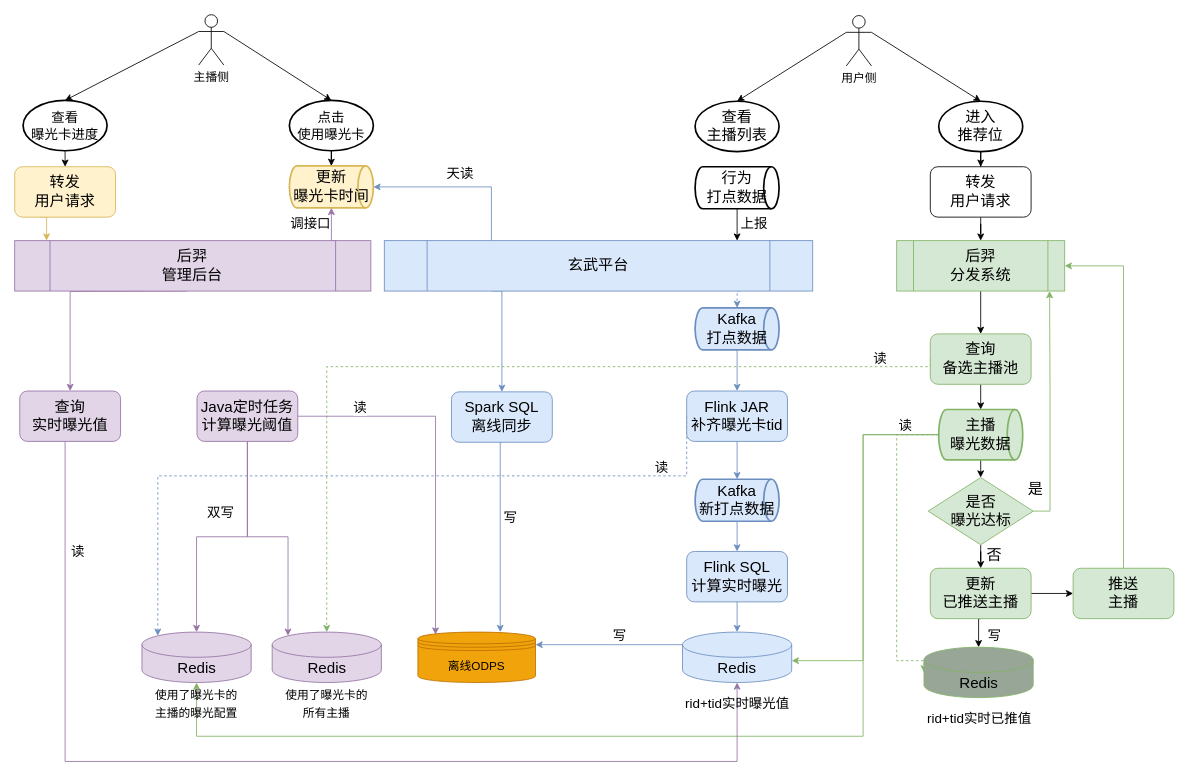
hongweilv-whu/flowCharts keeps this draw.io diagram as 后羿接曝光卡.drawio. Above is the earlier version. Source tidied: cells renumbered, new cells numbered last; positions are measured from the earlier drawing's top-left corner, leaving out a move shared by most shapes. Both pictures are drawn from the tidied source at 84%, with x=0, y=0 at pixel (14, 14).
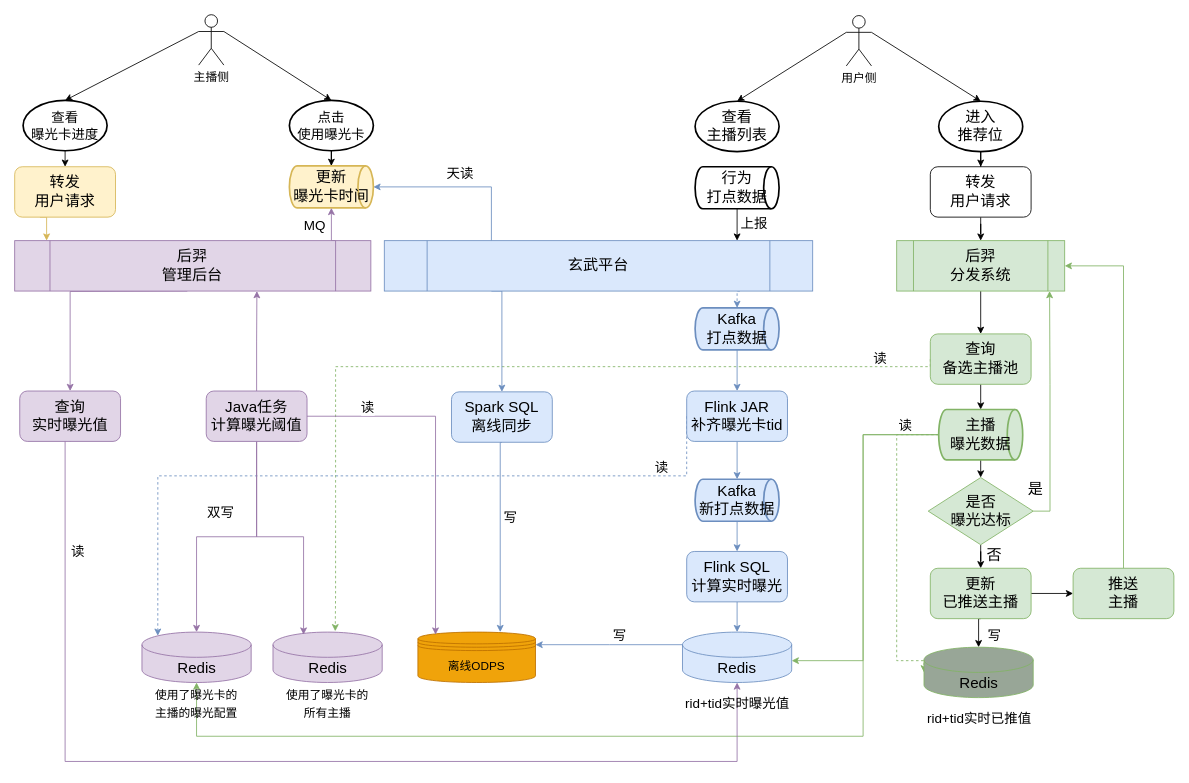
The same diagram, later.

Commit message:
Update 后羿接曝光卡.drawio

The change refers to these unchanged cells:
```xml
<mxCell id="14" value="&lt;span style=&quot;font-size: 18px;&quot;&gt;查询&lt;br&gt;备选主播池&lt;/span&gt;" style="rounded=1;whiteSpace=wrap;html=1;fontSize=14;fillColor=#d5e8d4;strokeColor=#82b366;" parent="1" vertex="1">
  <mxGeometry x="1090" y="380" width="120" height="60" as="geometry" />
</mxCell>
```

The edit, as a diff of the source:
```diff
@@
-    <mxCell id="13" style="edgeStyle=orthogonalEdgeStyle;rounded=0;jettySize=auto;html=1;exitX=0;exitY=0.5;exitDx=0;exitDy=0;fontSize=16;fillColor=#d5e8d4;strokeColor=#82b366;dashed=1;entryX=0.5;entryY=0;entryDx=0;entryDy=0;entryPerimeter=0;" parent="1" edge="1" source="14" target="76">
+    <mxCell id="13" style="edgeStyle=orthogonalEdgeStyle;rounded=0;jettySize=auto;html=1;exitX=0;exitY=0.5;exitDx=0;exitDy=0;fontSize=16;fillColor=#d5e8d4;strokeColor=#82b366;dashed=1;entryX=0.57;entryY=0;entryDx=0;entryDy=-1;entryPerimeter=0;" parent="1" edge="1" source="14" target="76">
       <mxGeometry relative="1" as="geometry">
         <Array as="points">
           <mxPoint x="1090" y="419" />
-          <mxPoint x="371" y="419" />
+          <mxPoint x="382" y="419" />
+          <mxPoint x="382" y="689" />
         </Array>
       </mxGeometry>
     </mxCell>
@@
-    <mxCell id="58" value="后羿&lt;br&gt;管理后台" style="shape=process;whiteSpace=wrap;html=1;backgroundOutline=1;fontSize=18;fillColor=#e1d5e7;strokeColor=#9673a6;points=[[0,0.25,0,0,0],[0,0.5,0,0,0],[0,0.75,0,0,0],[0,1,0,0,0],[0.09,0,0,0,-3],[0.25,0,0,0,0],[0.25,1,0,0,0],[0.5,0,0,0,0],[0.5,1,0,0,0],[0.75,1,0,0,0],[0.9,0,0,0,0],[1,0,0,0,0],[1,0.25,0,0,0],[1,0.5,0,0,0],[1,0.75,0,0,0],[1,1,0,0,0]];" parent="1" vertex="1">
+    <mxCell id="58" value="后羿&lt;br&gt;管理后台" style="shape=process;whiteSpace=wrap;html=1;backgroundOutline=1;fontSize=18;fillColor=#e1d5e7;strokeColor=#9673a6;points=[[0,0.25,0,0,0],[0,0.5,0,0,0],[0,0.75,0,0,0],[0,1,0,0,0],[0.09,0,0,0,-3],[0.25,0,0,0,0],[0.25,1,0,0,0],[0.5,0,0,0,0],[0.5,1,0,0,0],[0.68,1,0,0,0],[0.9,0,0,0,0],[1,0,0,0,0],[1,0.25,0,0,0],[1,0.5,0,0,0],[1,0.75,0,0,0],[1,1,0,0,0]];" parent="1" vertex="1">
       <mxGeometry y="269" width="424" height="60" as="geometry" />
     </mxCell>
@@
     <mxCell id="75" style="group;" parent="1" vertex="1">
-      <mxGeometry x="304" y="735" width="135" height="100" as="geometry" />
+      <mxGeometry x="305" y="735" width="135" height="100" as="geometry" />
     </mxCell>
-    <mxCell id="76" value="Redis" style="shape=cylinder3;whiteSpace=wrap;html=1;boundedLbl=1;backgroundOutline=1;size=15;fontSize=18;fillColor=#e1d5e7;strokeColor=#9673a6;" parent="75" vertex="1">
+    <mxCell id="76" value="Redis" style="shape=cylinder3;whiteSpace=wrap;html=1;boundedLbl=1;backgroundOutline=1;size=15;fontSize=18;fillColor=#e1d5e7;strokeColor=#9673a6;points=[[0,0.25,0,0,0],[0,0.38,0,0,0],[0,0.5,0,0,0],[0,0.63,0,0,0],[0,0.75,0,0,0],[0.15,0.93,0,0,0],[0.28,0.05,0,0,0],[0.5,1,0,0,0],[0.57,0,0,0,-1],[0.85,0.07,0,0,0],[0.85,0.93,0,0,0],[1,0.25,0,0,0],[1,0.38,0,0,0],[1,0.5,0,0,0],[1,0.63,0,0,0],[1,0.75,0,0,0]];" parent="75" vertex="1">
       <mxGeometry x="2.5" width="130" height="60" as="geometry" />
     </mxCell>
@@
-    <mxCell id="82" style="edgeStyle=orthogonalEdgeStyle;rounded=0;jettySize=auto;html=1;exitX=0.5;exitY=1;exitDx=0;exitDy=0;entryX=0.145;entryY=0;entryDx=0;entryDy=4.35;entryPerimeter=0;fontSize=16;fillColor=#e1d5e7;strokeColor=#9673a6;" parent="1" edge="1" source="85" target="76">
+    <mxCell id="82" style="edgeStyle=orthogonalEdgeStyle;rounded=0;jettySize=auto;html=1;exitX=0.5;exitY=1;exitDx=0;exitDy=0;entryX=0.28;entryY=0.05;entryDx=0;entryDy=0;entryPerimeter=0;fontSize=16;fillColor=#e1d5e7;strokeColor=#9673a6;" parent="1" edge="1" source="85" target="76">
       <mxGeometry relative="1" as="geometry" />
     </mxCell>
@@
+    <mxCell id="92" style="edgeStyle=orthogonalEdgeStyle;rounded=0;jettySize=auto;html=1;exitX=0.5;exitY=0;exitDx=0;exitDy=0;entryX=0.68;entryY=1;entryDx=0;entryDy=0;entryPerimeter=0;fontSize=16;fillColor=#e1d5e7;strokeColor=#9673a6;" parent="1" edge="1" source="85" target="58">
+      <mxGeometry relative="1" as="geometry" />
+    </mxCell>
-    <mxCell id="85" value="&lt;span style=&quot;font-size: 18px;&quot;&gt;Java定时任务&lt;br&gt;计算曝光阈值&lt;br&gt;&lt;/span&gt;" style="rounded=1;whiteSpace=wrap;html=1;fontSize=14;fillColor=#e1d5e7;strokeColor=#9673a6;" parent="1" vertex="1">
-      <mxGeometry x="217" y="448" width="120" height="60" as="geometry" />
+    <mxCell id="85" value="&lt;span style=&quot;font-size: 18px;&quot;&gt;Java任务&lt;br&gt;计算曝光阈值&lt;br&gt;&lt;/span&gt;" style="rounded=1;whiteSpace=wrap;html=1;fontSize=14;fillColor=#e1d5e7;strokeColor=#9673a6;" parent="1" vertex="1">
+      <mxGeometry x="228" y="448" width="120" height="60" as="geometry" />
     </mxCell>
@@
-    <mxCell id="88" value="调接口" style="text;html=1;align=center;verticalAlign=middle;strokeColor=none;fillColor=none;fontSize=16;" parent="1" vertex="1">
-      <mxGeometry x="322" y="239" width="60" height="20" as="geometry" />
+    <mxCell id="88" value="MQ" style="text;html=1;align=center;verticalAlign=middle;strokeColor=none;fillColor=none;fontSize=16;" parent="1" vertex="1">
+      <mxGeometry x="337" y="241" width="40" height="20" as="geometry" />
     </mxCell>
```
